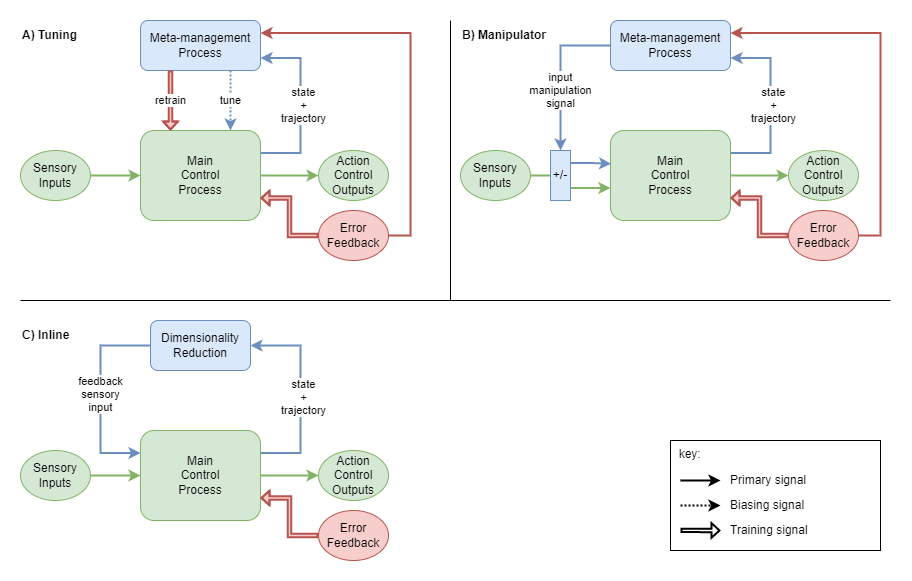
Above: files/A-coherent-theory-v1-mm-architectures.drawio.png in malcolmlett/malcolmlett.github.io (draw.io), before the change. Source tidied: cells renumbered, new cells last; positions are measured from the earlier drawing's top-left corner, leaving out a move shared by most shapes.
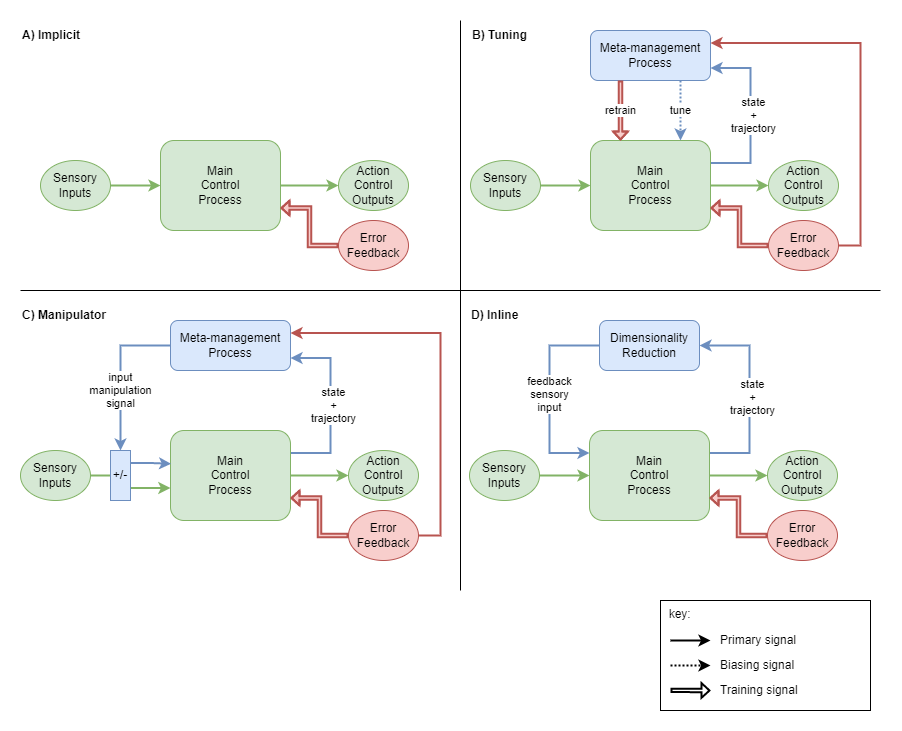
The same file after the commit.

The edit, as a diff of the source:
```diff
@@ -11,9 +11,9 @@
     <mxCell id="4" style="edgeStyle=orthogonalEdgeStyle;rounded=0;jettySize=auto;html=1;entryX=1;entryY=0.75;entryDx=0;entryDy=0;strokeWidth=2;exitX=1;exitY=0.25;exitDx=0;exitDy=0;fillColor=#dae8fc;strokeColor=#6c8ebf;" parent="1" edge="1" source="6" target="8">
       <mxGeometry relative="1" as="geometry">
         <Array as="points">
-          <mxPoint x="280" y="132" />
-          <mxPoint x="280" y="38" />
-          <mxPoint x="240" y="38" />
+          <mxPoint x="730" y="142" />
+          <mxPoint x="730" y="48" />
+          <mxPoint x="690" y="48" />
         </Array>
       </mxGeometry>
     </mxCell>
@@ -23,38 +23,38 @@
       </mxGeometry>
     </mxCell>
     <mxCell id="6" value="Main&lt;br&gt;Control&lt;br&gt;Process" style="rounded=1;whiteSpace=wrap;html=1;fillColor=#d5e8d4;strokeColor=#82b366;" parent="1" vertex="1">
-      <mxGeometry x="120" y="110" width="120" height="90" as="geometry" />
+      <mxGeometry x="570" y="120" width="120" height="90" as="geometry" />
     </mxCell>
     <mxCell id="7" value="tune" style="edgeStyle=orthogonalEdgeStyle;rounded=0;jettySize=auto;html=1;entryX=0.75;entryY=0;entryDx=0;entryDy=0;strokeWidth=2;fillColor=#dae8fc;strokeColor=#6c8ebf;dashed=1;dashPattern=1 1;exitX=0.75;exitY=1;exitDx=0;exitDy=0;" parent="1" edge="1" source="8" target="6">
       <mxGeometry relative="1" as="geometry" />
     </mxCell>
     <mxCell id="8" value="Meta-management&lt;br&gt;Process" style="rounded=1;whiteSpace=wrap;html=1;fillColor=#dae8fc;strokeColor=#6c8ebf;" parent="1" vertex="1">
-      <mxGeometry x="120" width="120" height="50" as="geometry" />
+      <mxGeometry x="570" y="10" width="120" height="50" as="geometry" />
     </mxCell>
     <mxCell id="9" value="Action&lt;br&gt;Control&lt;br&gt;Outputs" style="ellipse;whiteSpace=wrap;html=1;fillColor=#d5e8d4;strokeColor=#82b366;" parent="1" vertex="1">
-      <mxGeometry x="298" y="130" width="70" height="50" as="geometry" />
+      <mxGeometry x="748" y="140" width="70" height="50" as="geometry" />
     </mxCell>
     <mxCell id="10" value="Sensory&lt;br&gt;Inputs" style="ellipse;whiteSpace=wrap;html=1;fillColor=#d5e8d4;strokeColor=#82b366;" parent="1" vertex="1">
-      <mxGeometry y="130" width="70" height="50" as="geometry" />
+      <mxGeometry x="450" y="140" width="70" height="50" as="geometry" />
     </mxCell>
     <mxCell id="11" style="edgeStyle=orthogonalEdgeStyle;rounded=0;jettySize=auto;html=1;entryX=1;entryY=0.75;entryDx=0;entryDy=0;strokeWidth=2;fillColor=#f8cecc;strokeColor=#b85450;shape=flexArrow;width=2.4;endSize=1.9773333333333334;endWidth=9.179548156956004;" parent="1" edge="1" source="13" target="6">
       <mxGeometry relative="1" as="geometry">
         <Array as="points">
-          <mxPoint x="269" y="215" />
-          <mxPoint x="269" y="178" />
+          <mxPoint x="719" y="225" />
+          <mxPoint x="719" y="188" />
         </Array>
       </mxGeometry>
     </mxCell>
     <mxCell id="12" style="edgeStyle=orthogonalEdgeStyle;rounded=0;jettySize=auto;html=1;entryX=1;entryY=0.25;entryDx=0;entryDy=0;strokeWidth=2;fillColor=#f8cecc;strokeColor=#b85450;endWidth=10.77619491412595;" parent="1" edge="1" source="13" target="8">
       <mxGeometry relative="1" as="geometry">
         <Array as="points">
-          <mxPoint x="390" y="215" />
-          <mxPoint x="390" y="12" />
+          <mxPoint x="840" y="225" />
+          <mxPoint x="840" y="22" />
         </Array>
       </mxGeometry>
     </mxCell>
     <mxCell id="13" value="Error&lt;br&gt;Feedback" style="ellipse;whiteSpace=wrap;html=1;fillColor=#f8cecc;strokeColor=#b85450;" parent="1" vertex="1">
-      <mxGeometry x="298" y="190" width="70" height="50" as="geometry" />
+      <mxGeometry x="748" y="200" width="70" height="50" as="geometry" />
     </mxCell>
     <mxCell id="14" style="edgeStyle=orthogonalEdgeStyle;rounded=0;jettySize=auto;html=1;strokeWidth=2;fillColor=#d5e8d4;strokeColor=#82b366;startArrow=none;exitX=1;exitY=0.75;exitDx=0;exitDy=0;entryX=-0.001;entryY=0.638;entryDx=0;entryDy=0;entryPerimeter=0;" parent="1" edge="1" source="30" target="18">
       <mxGeometry relative="1" as="geometry" />
@@ -65,9 +65,9 @@
     <mxCell id="16" style="edgeStyle=orthogonalEdgeStyle;rounded=0;jettySize=auto;html=1;entryX=1;entryY=0.75;entryDx=0;entryDy=0;strokeWidth=2;exitX=1;exitY=0.25;exitDx=0;exitDy=0;fillColor=#dae8fc;strokeColor=#6c8ebf;" parent="1" edge="1" source="18" target="20">
       <mxGeometry relative="1" as="geometry">
         <Array as="points">
-          <mxPoint x="750" y="132" />
-          <mxPoint x="750" y="38" />
-          <mxPoint x="710" y="38" />
+          <mxPoint x="310" y="432" />
+          <mxPoint x="310" y="338" />
+          <mxPoint x="270" y="338" />
         </Array>
       </mxGeometry>
     </mxCell>
@@ -77,41 +77,41 @@
       </mxGeometry>
     </mxCell>
     <mxCell id="18" value="Main&lt;br&gt;Control&lt;br&gt;Process" style="rounded=1;whiteSpace=wrap;html=1;fillColor=#d5e8d4;strokeColor=#82b366;" parent="1" vertex="1">
-      <mxGeometry x="590" y="110" width="120" height="90" as="geometry" />
+      <mxGeometry x="150" y="410" width="120" height="90" as="geometry" />
     </mxCell>
     <mxCell id="19" value="input&lt;br&gt;manipulation&lt;br&gt;signal" style="edgeStyle=orthogonalEdgeStyle;rounded=0;jettySize=auto;html=1;entryX=0.5;entryY=0;entryDx=0;entryDy=0;strokeWidth=2;fillColor=#dae8fc;strokeColor=#6c8ebf;" parent="1" edge="1" source="20" target="30">
       <mxGeometry x="0.23" relative="1" as="geometry" />
     </mxCell>
     <mxCell id="20" value="Meta-management&lt;br&gt;Process" style="rounded=1;whiteSpace=wrap;html=1;fillColor=#dae8fc;strokeColor=#6c8ebf;" parent="1" vertex="1">
-      <mxGeometry x="590" width="120" height="50" as="geometry" />
+      <mxGeometry x="150" y="300" width="120" height="50" as="geometry" />
     </mxCell>
     <mxCell id="21" value="Action&lt;br&gt;Control&lt;br&gt;Outputs" style="ellipse;whiteSpace=wrap;html=1;fillColor=#d5e8d4;strokeColor=#82b366;" parent="1" vertex="1">
-      <mxGeometry x="768" y="130" width="70" height="50" as="geometry" />
+      <mxGeometry x="328" y="430" width="70" height="50" as="geometry" />
     </mxCell>
     <mxCell id="22" value="Sensory&lt;br&gt;Inputs" style="ellipse;whiteSpace=wrap;html=1;fillColor=#d5e8d4;strokeColor=#82b366;" parent="1" vertex="1">
-      <mxGeometry x="440" y="130" width="70" height="50" as="geometry" />
+      <mxGeometry y="430" width="70" height="50" as="geometry" />
     </mxCell>
     <mxCell id="23" style="edgeStyle=orthogonalEdgeStyle;rounded=0;jettySize=auto;html=1;entryX=1;entryY=0.75;entryDx=0;entryDy=0;strokeWidth=2;fillColor=#f8cecc;strokeColor=#b85450;shape=flexArrow;width=2.4;endSize=1.9773333333333334;endWidth=9.179548156956004;" parent="1" edge="1" source="24" target="18">
       <mxGeometry relative="1" as="geometry">
         <Array as="points">
-          <mxPoint x="739" y="215" />
-          <mxPoint x="739" y="178" />
+          <mxPoint x="299" y="515" />
+          <mxPoint x="299" y="478" />
         </Array>
       </mxGeometry>
     </mxCell>
     <mxCell id="24" value="Error&lt;br&gt;Feedback" style="ellipse;whiteSpace=wrap;html=1;fillColor=#f8cecc;strokeColor=#b85450;" parent="1" vertex="1">
-      <mxGeometry x="768" y="190" width="70" height="50" as="geometry" />
+      <mxGeometry x="328" y="490" width="70" height="50" as="geometry" />
     </mxCell>
-    <mxCell id="25" value="A) Tuning" style="text;html=1;strokeColor=none;fillColor=none;align=left;verticalAlign=middle;whiteSpace=wrap;rounded=0;fontStyle=1;" parent="1" vertex="1">
-      <mxGeometry width="100" height="30" as="geometry" />
+    <mxCell id="25" value="B) Tuning" style="text;html=1;strokeColor=none;fillColor=none;align=left;verticalAlign=middle;whiteSpace=wrap;rounded=0;fontStyle=1;" parent="1" vertex="1">
+      <mxGeometry x="450" width="100" height="30" as="geometry" />
     </mxCell>
-    <mxCell id="26" value="B) Manipulator" style="text;html=1;strokeColor=none;fillColor=none;align=left;verticalAlign=middle;whiteSpace=wrap;rounded=0;fontStyle=1;" parent="1" vertex="1">
-      <mxGeometry x="440" width="100" height="30" as="geometry" />
+    <mxCell id="26" value="C) Manipulator" style="text;html=1;strokeColor=none;fillColor=none;align=left;verticalAlign=middle;whiteSpace=wrap;rounded=0;fontStyle=1;" parent="1" vertex="1">
+      <mxGeometry y="280" width="100" height="30" as="geometry" />
     </mxCell>
     <mxCell id="27" style="endArrow=none;html=1;rounded=0;strokeWidth=1;" parent="1" edge="1">
       <mxGeometry relative="1" as="geometry">
-        <mxPoint x="430" y="280" as="sourcePoint" />
-        <mxPoint x="430" as="targetPoint" />
+        <mxPoint x="440" y="570" as="sourcePoint" />
+        <mxPoint x="440" as="targetPoint" />
       </mxGeometry>
     </mxCell>
     <mxCell id="28" style="edgeStyle=orthogonalEdgeStyle;rounded=0;jettySize=auto;html=1;strokeWidth=2;fillColor=#d5e8d4;strokeColor=#82b366;endArrow=none;" parent="1" edge="1" source="22" target="30">
@@ -121,61 +121,61 @@
       <mxGeometry relative="1" as="geometry" />
     </mxCell>
     <mxCell id="30" value="+/-" style="rounded=0;whiteSpace=wrap;html=1;fillColor=#dae8fc;strokeColor=#6c8ebf;" parent="1" vertex="1">
-      <mxGeometry x="530" y="130" width="20" height="50" as="geometry" />
+      <mxGeometry x="90" y="430" width="20" height="50" as="geometry" />
     </mxCell>
     <mxCell id="31" value="retrain" style="edgeStyle=orthogonalEdgeStyle;rounded=0;jettySize=auto;html=1;entryX=0.25;entryY=0;entryDx=0;entryDy=0;strokeWidth=2;fillColor=#f8cecc;strokeColor=#b85450;shape=flexArrow;width=2.4;endSize=1.9773333333333334;endWidth=9.179548156956004;exitX=0.25;exitY=1;exitDx=0;exitDy=0;" parent="1" edge="1" source="8" target="6">
       <mxGeometry relative="1" as="geometry">
         <Array as="points">
-          <mxPoint x="150" y="80" />
-          <mxPoint x="150" y="80" />
+          <mxPoint x="600" y="90" />
+          <mxPoint x="600" y="90" />
         </Array>
       </mxGeometry>
     </mxCell>
     <mxCell id="32" style="edgeStyle=orthogonalEdgeStyle;rounded=0;jettySize=auto;html=1;strokeWidth=2;fillColor=#f8cecc;strokeColor=#b85450;endWidth=10.77619491412595;entryX=1;entryY=0.25;entryDx=0;entryDy=0;exitX=1;exitY=0.5;exitDx=0;exitDy=0;" parent="1" edge="1" source="24" target="20">
       <mxGeometry relative="1" as="geometry">
         <Array as="points">
-          <mxPoint x="860" y="215" />
-          <mxPoint x="860" y="13" />
+          <mxPoint x="420" y="515" />
+          <mxPoint x="420" y="313" />
         </Array>
       </mxGeometry>
     </mxCell>
     <mxCell id="33" value="&amp;nbsp; key:" style="rounded=0;whiteSpace=wrap;html=1;align=left;verticalAlign=top;" parent="1" vertex="1">
-      <mxGeometry x="650" y="420" width="210" height="110" as="geometry" />
+      <mxGeometry x="640" y="580" width="210" height="110" as="geometry" />
     </mxCell>
     <mxCell id="34" style="edgeStyle=orthogonalEdgeStyle;rounded=0;orthogonalLoop=1;jettySize=auto;html=1;strokeWidth=2;" parent="1" edge="1">
       <mxGeometry relative="1" as="geometry">
-        <mxPoint x="660" y="460" as="sourcePoint" />
-        <mxPoint x="700" y="460" as="targetPoint" />
+        <mxPoint x="650" y="620" as="sourcePoint" />
+        <mxPoint x="690" y="620" as="targetPoint" />
       </mxGeometry>
     </mxCell>
     <mxCell id="35" style="edgeStyle=orthogonalEdgeStyle;rounded=0;orthogonalLoop=1;jettySize=auto;html=1;strokeWidth=2;shape=flexArrow;width=2.4;endSize=1.9773333333333334;endWidth=9.179548156956004;" parent="1" edge="1">
       <mxGeometry relative="1" as="geometry">
-        <mxPoint x="660" y="509.9" as="sourcePoint" />
-        <mxPoint x="700" y="510" as="targetPoint" />
+        <mxPoint x="650" y="669.9" as="sourcePoint" />
+        <mxPoint x="690" y="670" as="targetPoint" />
         <Array as="points">
-          <mxPoint x="660" y="509.9" />
+          <mxPoint x="650" y="669.9" />
         </Array>
       </mxGeometry>
     </mxCell>
     <mxCell id="36" value="Primary signal" style="text;html=1;strokeColor=none;fillColor=none;align=left;verticalAlign=middle;whiteSpace=wrap;rounded=0;" parent="1" vertex="1">
-      <mxGeometry x="708" y="450" width="102" height="20" as="geometry" />
+      <mxGeometry x="698" y="610" width="102" height="20" as="geometry" />
     </mxCell>
     <mxCell id="37" value="Training signal" style="text;html=1;strokeColor=none;fillColor=none;align=left;verticalAlign=middle;whiteSpace=wrap;rounded=0;" parent="1" vertex="1">
-      <mxGeometry x="708" y="500" width="142" height="20" as="geometry" />
+      <mxGeometry x="698" y="660" width="142" height="20" as="geometry" />
     </mxCell>
     <mxCell id="38" style="edgeStyle=orthogonalEdgeStyle;rounded=0;orthogonalLoop=1;jettySize=auto;html=1;strokeWidth=2;dashed=1;dashPattern=1 1;" parent="1" edge="1">
       <mxGeometry relative="1" as="geometry">
-        <mxPoint x="660" y="485" as="sourcePoint" />
-        <mxPoint x="700" y="485" as="targetPoint" />
+        <mxPoint x="650" y="645" as="sourcePoint" />
+        <mxPoint x="690" y="645" as="targetPoint" />
       </mxGeometry>
     </mxCell>
     <mxCell id="39" value="Biasing signal" style="text;html=1;strokeColor=none;fillColor=none;align=left;verticalAlign=middle;whiteSpace=wrap;rounded=0;" parent="1" vertex="1">
-      <mxGeometry x="708" y="475" width="102" height="20" as="geometry" />
+      <mxGeometry x="698" y="635" width="102" height="20" as="geometry" />
     </mxCell>
     <mxCell id="40" style="endArrow=none;html=1;rounded=0;strokeWidth=1;" parent="1" edge="1">
       <mxGeometry relative="1" as="geometry">
-        <mxPoint x="870" y="280" as="sourcePoint" />
-        <mxPoint y="280" as="targetPoint" />
+        <mxPoint x="860" y="270" as="sourcePoint" />
+        <mxPoint y="270" as="targetPoint" />
       </mxGeometry>
     </mxCell>
     <mxCell id="41" style="edgeStyle=orthogonalEdgeStyle;rounded=0;jettySize=auto;html=1;strokeWidth=2;fillColor=#d5e8d4;strokeColor=#82b366;exitX=1;exitY=0.5;exitDx=0;exitDy=0;" parent="1" edge="1" source="49" target="45">
@@ -187,8 +187,8 @@
     <mxCell id="43" style="edgeStyle=orthogonalEdgeStyle;rounded=0;jettySize=auto;html=1;strokeWidth=2;exitX=1;exitY=0.25;exitDx=0;exitDy=0;fillColor=#dae8fc;strokeColor=#6c8ebf;entryX=1;entryY=0.5;entryDx=0;entryDy=0;" parent="1" edge="1" source="45" target="47">
       <mxGeometry relative="1" as="geometry">
         <Array as="points">
-          <mxPoint x="280" y="432" />
-          <mxPoint x="280" y="325" />
+          <mxPoint x="729" y="432" />
+          <mxPoint x="729" y="325" />
         </Array>
       </mxGeometry>
     </mxCell>
@@ -198,38 +198,67 @@
       </mxGeometry>
     </mxCell>
     <mxCell id="45" value="Main&lt;br&gt;Control&lt;br&gt;Process" style="rounded=1;whiteSpace=wrap;html=1;fillColor=#d5e8d4;strokeColor=#82b366;" parent="1" vertex="1">
-      <mxGeometry x="120" y="410" width="120" height="90" as="geometry" />
+      <mxGeometry x="569" y="410" width="120" height="90" as="geometry" />
     </mxCell>
     <mxCell id="46" value="feedback&lt;br&gt;sensory&lt;br&gt;input" style="edgeStyle=orthogonalEdgeStyle;rounded=0;jettySize=auto;html=1;entryX=0;entryY=0.25;entryDx=0;entryDy=0;strokeWidth=2;exitX=0;exitY=0.5;exitDx=0;exitDy=0;fillColor=#dae8fc;strokeColor=#6c8ebf;" parent="1" edge="1" source="47" target="45">
       <mxGeometry relative="1" as="geometry">
         <Array as="points">
-          <mxPoint x="80" y="325" />
-          <mxPoint x="80" y="433" />
+          <mxPoint x="529" y="325" />
+          <mxPoint x="529" y="433" />
         </Array>
       </mxGeometry>
     </mxCell>
     <mxCell id="47" value="Dimensionality&lt;br&gt;Reduction" style="rounded=1;whiteSpace=wrap;html=1;fillColor=#dae8fc;strokeColor=#6c8ebf;" parent="1" vertex="1">
-      <mxGeometry x="130" y="300" width="100" height="50" as="geometry" />
+      <mxGeometry x="579" y="300" width="100" height="50" as="geometry" />
     </mxCell>
     <mxCell id="48" value="Action&lt;br&gt;Control&lt;br&gt;Outputs" style="ellipse;whiteSpace=wrap;html=1;fillColor=#d5e8d4;strokeColor=#82b366;" parent="1" vertex="1">
-      <mxGeometry x="298" y="430" width="70" height="50" as="geometry" />
+      <mxGeometry x="747" y="430" width="70" height="50" as="geometry" />
     </mxCell>
     <mxCell id="49" value="Sensory&lt;br&gt;Inputs" style="ellipse;whiteSpace=wrap;html=1;fillColor=#d5e8d4;strokeColor=#82b366;" parent="1" vertex="1">
-      <mxGeometry y="430" width="70" height="50" as="geometry" />
+      <mxGeometry x="449" y="430" width="70" height="50" as="geometry" />
     </mxCell>
     <mxCell id="50" style="edgeStyle=orthogonalEdgeStyle;rounded=0;jettySize=auto;html=1;entryX=1;entryY=0.75;entryDx=0;entryDy=0;strokeWidth=2;fillColor=#f8cecc;strokeColor=#b85450;shape=flexArrow;width=2.4;endSize=1.9773333333333334;endWidth=9.179548156956004;" parent="1" edge="1" source="51" target="45">
       <mxGeometry relative="1" as="geometry">
         <Array as="points">
-          <mxPoint x="269" y="515" />
-          <mxPoint x="269" y="478" />
+          <mxPoint x="718" y="515" />
+          <mxPoint x="718" y="478" />
         </Array>
       </mxGeometry>
     </mxCell>
     <mxCell id="51" value="Error&lt;br&gt;Feedback" style="ellipse;whiteSpace=wrap;html=1;fillColor=#f8cecc;strokeColor=#b85450;" parent="1" vertex="1">
-      <mxGeometry x="298" y="490" width="70" height="50" as="geometry" />
+      <mxGeometry x="747" y="490" width="70" height="50" as="geometry" />
     </mxCell>
-    <mxCell id="52" value="C) Inline" style="text;html=1;strokeColor=none;fillColor=none;align=left;verticalAlign=middle;whiteSpace=wrap;rounded=0;fontStyle=1;" parent="1" vertex="1">
-      <mxGeometry y="300" width="80" height="30" as="geometry" />
+    <mxCell id="52" value="D) Inline" style="text;html=1;strokeColor=none;fillColor=none;align=left;verticalAlign=middle;whiteSpace=wrap;rounded=0;fontStyle=1;" parent="1" vertex="1">
+      <mxGeometry x="449" y="280" width="80" height="30" as="geometry" />
     </mxCell>
+    <mxCell id="53" style="edgeStyle=orthogonalEdgeStyle;rounded=0;jettySize=auto;html=1;strokeWidth=2;fillColor=#d5e8d4;strokeColor=#82b366;" parent="1" edge="1" source="57" target="55">
+      <mxGeometry relative="1" as="geometry" />
+    </mxCell>
+    <mxCell id="54" style="edgeStyle=orthogonalEdgeStyle;rounded=0;jettySize=auto;html=1;strokeWidth=2;fillColor=#d5e8d4;strokeColor=#82b366;" parent="1" edge="1" source="55" target="56">
+      <mxGeometry relative="1" as="geometry" />
+    </mxCell>
+    <mxCell id="55" value="Main&lt;br&gt;Control&lt;br&gt;Process" style="rounded=1;whiteSpace=wrap;html=1;fillColor=#d5e8d4;strokeColor=#82b366;" parent="1" vertex="1">
+      <mxGeometry x="140" y="120" width="120" height="90" as="geometry" />
+    </mxCell>
+    <mxCell id="56" value="Action&lt;br&gt;Control&lt;br&gt;Outputs" style="ellipse;whiteSpace=wrap;html=1;fillColor=#d5e8d4;strokeColor=#82b366;" parent="1" vertex="1">
+      <mxGeometry x="318" y="140" width="70" height="50" as="geometry" />
+    </mxCell>
+    <mxCell id="57" value="Sensory&lt;br&gt;Inputs" style="ellipse;whiteSpace=wrap;html=1;fillColor=#d5e8d4;strokeColor=#82b366;" parent="1" vertex="1">
+      <mxGeometry x="20" y="140" width="70" height="50" as="geometry" />
+    </mxCell>
+    <mxCell id="58" style="edgeStyle=orthogonalEdgeStyle;rounded=0;jettySize=auto;html=1;entryX=1;entryY=0.75;entryDx=0;entryDy=0;strokeWidth=2;fillColor=#f8cecc;strokeColor=#b85450;shape=flexArrow;width=2.4;endSize=1.9773333333333334;endWidth=9.179548156956004;" parent="1" edge="1" source="59" target="55">
+      <mxGeometry relative="1" as="geometry">
+        <Array as="points">
+          <mxPoint x="289" y="225" />
+          <mxPoint x="289" y="188" />
+        </Array>
+      </mxGeometry>
+    </mxCell>
+    <mxCell id="59" value="Error&lt;br&gt;Feedback" style="ellipse;whiteSpace=wrap;html=1;fillColor=#f8cecc;strokeColor=#b85450;" parent="1" vertex="1">
+      <mxGeometry x="318" y="200" width="70" height="50" as="geometry" />
+    </mxCell>
+    <mxCell id="60" value="A) Implicit" style="text;html=1;strokeColor=none;fillColor=none;align=left;verticalAlign=middle;whiteSpace=wrap;rounded=0;fontStyle=1;" parent="1" vertex="1">
+      <mxGeometry width="100" height="30" as="geometry" />
+    </mxCell>
   </root>
 </mxGraphModel>
```
